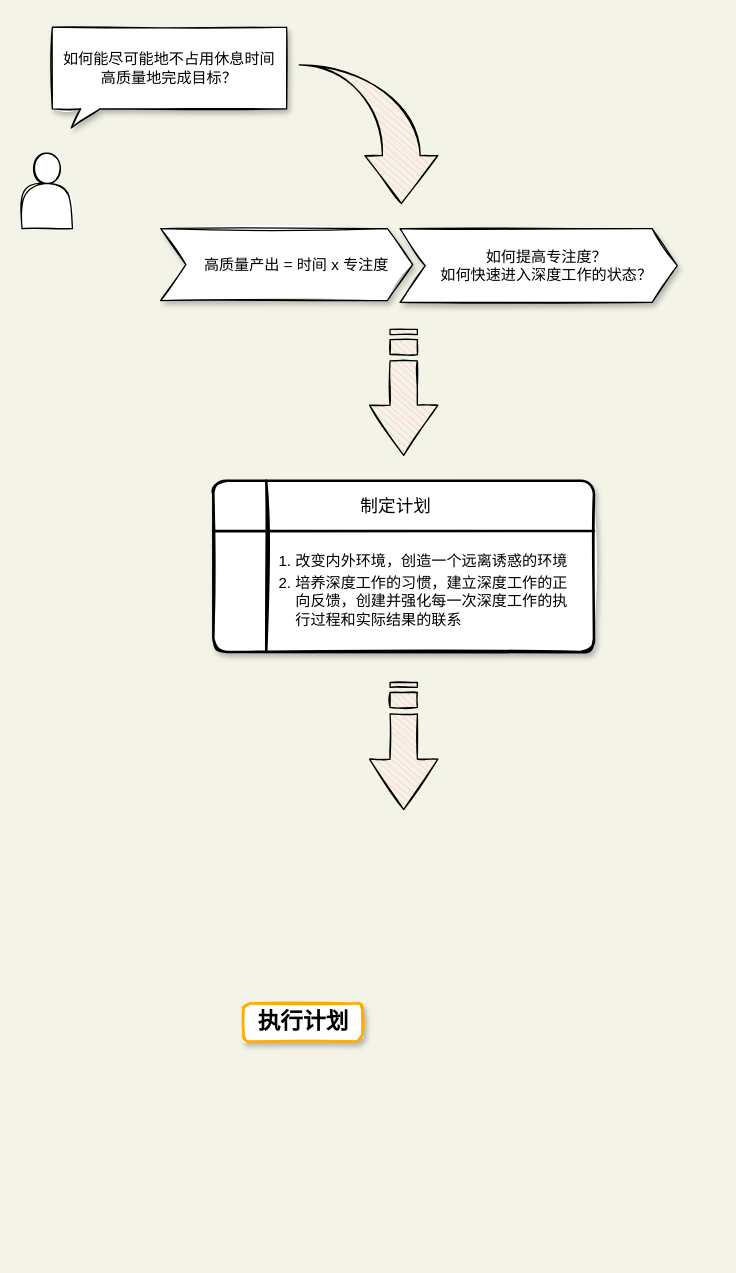
boxtsecond/draw keeps this draw.io diagram as pictures/深度工作/thought.drawio. Above is the earlier version. Source tidied: cells renumbered, new cells numbered last; positions are measured from the earlier drawing's top-left corner, leaving out a move shared by most shapes. Both pictures are drawn from the tidied source at 126%, with x=0, y=0 at pixel (21, 26).
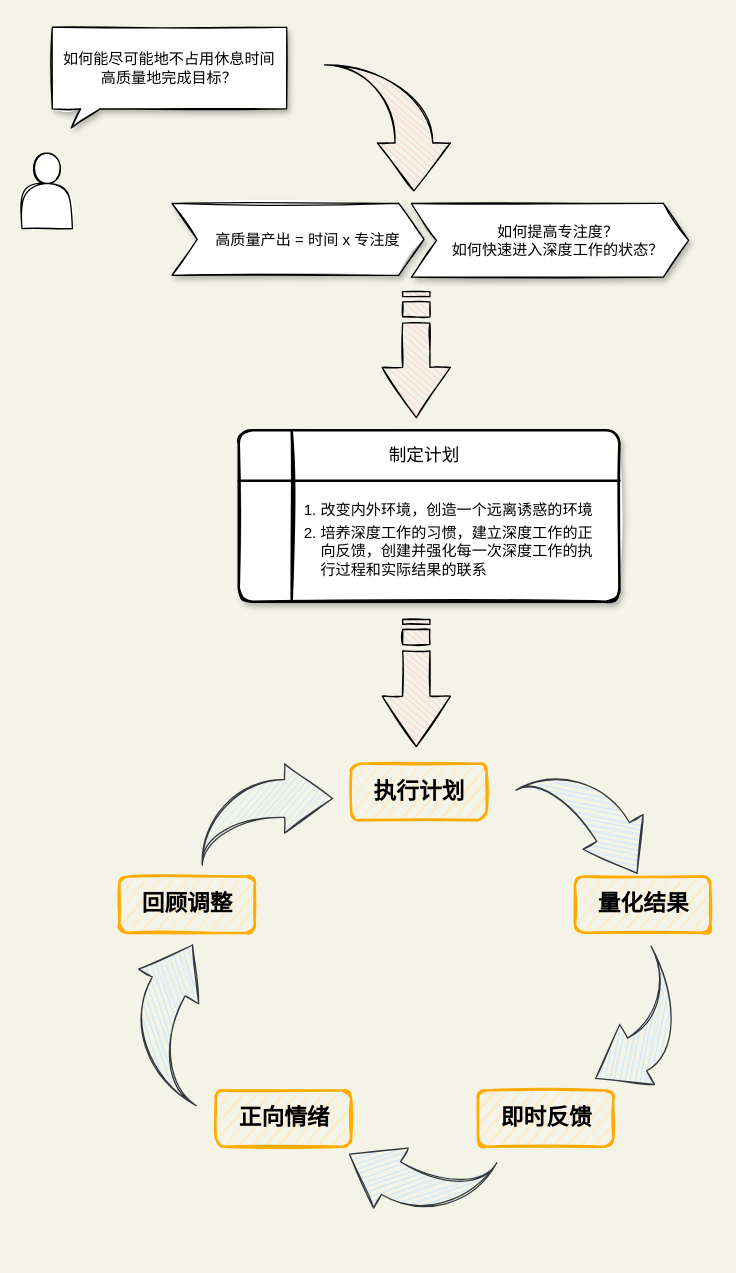
After the change.

Diff of the diagram source:
```diff
@@
     <mxCell id="4" value="高质量产出 = 时间 x 专注度" style="shape=step;perimeter=stepPerimeter;fixedSize=1;sketch=1;rounded=0;shadow=1;spacingLeft=16;" parent="1" vertex="1">
-      <mxGeometry x="110" y="160" width="200" height="57" as="geometry" />
+      <mxGeometry x="119" y="140" width="200" height="57" as="geometry" />
     </mxCell>
     <mxCell id="5" value="如何提高专注度？&#10;如何快速进入深度工作的状态？" style="shape=step;perimeter=stepPerimeter;fixedSize=1;sketch=1;rounded=0;shadow=1;spacingLeft=13;" parent="1" vertex="1">
-      <mxGeometry x="300" y="160" width="220" height="58.5" as="geometry" />
+      <mxGeometry x="309" y="140" width="220" height="58.5" as="geometry" />
     </mxCell>
     <mxCell id="6" style="html=1;shadow=0;dashed=0;align=center;verticalAlign=middle;shape=mxgraph.arrows2.stripedArrow;dy=0.6;dx=40;notch=25;rounded=0;sketch=1;fillColor=#FFCCCC;direction=south;" parent="1" vertex="1">
-      <mxGeometry x="275.8" y="240" width="54.2" height="100" as="geometry" />
+      <mxGeometry x="285.8" y="210" width="54.2" height="100" as="geometry" />
     </mxCell>
     <mxCell id="7" style="html=1;shadow=0;dashed=0;align=center;verticalAlign=middle;shape=mxgraph.arrows2.jumpInArrow;dy=15;dx=38;arrowHead=58;rounded=0;sketch=1;fillColor=#FFCCCC;direction=south;" parent="1" vertex="1">
-      <mxGeometry x="220" y="30" width="110" height="110" as="geometry" />
+      <mxGeometry x="240" y="30" width="100" height="100" as="geometry" />
     </mxCell>
     <mxCell id="8" style="html=1;shadow=0;dashed=0;align=center;verticalAlign=middle;shape=mxgraph.arrows2.stripedArrow;dy=0.6;dx=40;notch=25;rounded=0;sketch=1;fillColor=#FFCCCC;direction=south;" parent="1" vertex="1">
-      <mxGeometry x="275.8" y="520" width="54.2" height="101" as="geometry" />
+      <mxGeometry x="285.8" y="470" width="54.2" height="101" as="geometry" />
     </mxCell>
     <mxCell id="9" style="group;" parent="1" vertex="1">
-      <mxGeometry x="151.8" y="360" width="302.1" height="136" as="geometry" />
+      <mxGeometry x="172" y="320" width="302.1" height="136" as="geometry" />
     </mxCell>
@@
     <mxCell id="11" value="&lt;font style=&quot;font-size: 14px&quot;&gt;制定计划&lt;/font&gt;" style="text;html=1;strokeColor=none;fillColor=none;align=center;verticalAlign=middle;whiteSpace=wrap;rounded=0;shadow=1;glass=0;sketch=1;" parent="9" vertex="1">
-      <mxGeometry x="105" y="10" width="80" height="20" as="geometry" />
+      <mxGeometry x="105" y="10" width="85" height="20" as="geometry" />
     </mxCell>
@@
+    <mxCell id="14" style="group;" parent="1" vertex="1">
+      <mxGeometry x="55" y="569" width="493.6" height="400.5" as="geometry" />
+    </mxCell>
+    <mxCell id="15" style="html=1;shadow=0;dashed=0;align=center;verticalAlign=middle;shape=mxgraph.arrows2.jumpInArrow;dy=15;dx=38;arrowHead=55;rounded=0;glass=0;sketch=1;fontSize=16;fillColor=#cce5ff;strokeColor=#36393d;rotation=-150;" parent="14" vertex="1">
+      <mxGeometry x="204.1" y="300.8" width="104.7" height="80.1" as="geometry" />
+    </mxCell>
+    <mxCell id="16" style="group;" parent="14" vertex="1">
+      <mxGeometry width="493.6" height="319.6" as="geometry" />
+    </mxCell>
+    <mxCell id="17" style="html=1;shadow=0;dashed=0;align=center;verticalAlign=middle;shape=mxgraph.arrows2.jumpInArrow;dy=15;dx=38;arrowHead=55;rounded=0;glass=0;sketch=1;fontSize=16;fillColor=#cce5ff;strokeColor=#36393d;rotation=60;fillStyle=hachure;" parent="16" vertex="1">
+      <mxGeometry x="344.3" y="23.9" width="105.3" height="77.7" as="geometry" />
+    </mxCell>
+    <mxCell id="18" style="group;" parent="16" vertex="1">
+      <mxGeometry y="15.7" width="493.6" height="303.9" as="geometry" />
+    </mxCell>
-    <mxCell id="13" value="&lt;span style=&quot;color: rgb(0 , 0 , 0)&quot;&gt;&lt;font style=&quot;font-size: 18px&quot;&gt;执行计划&lt;/font&gt;&lt;/span&gt;" style="dashed=0;html=1;rounded=1;strokeColor=#FFAB00;fontSize=16;align=center;fontStyle=1;strokeWidth=2;fontColor=#42526E;shadow=1;glass=0;sketch=1;fillColor=#FFFFFF;gradientColor=none;" parent="1" vertex="1">
-      <mxGeometry x="175.8" y="775" width="94.2" height="30" as="geometry" />
+    <mxCell id="13" value="&lt;span style=&quot;color: rgb(0 , 0 , 0)&quot;&gt;&lt;font style=&quot;font-size: 18px&quot;&gt;执行计划&lt;/font&gt;&lt;/span&gt;" style="dashed=0;html=1;rounded=1;strokeColor=#FFAB00;fontSize=16;align=center;fontStyle=1;strokeWidth=2;fontColor=#42526E;shadow=0;glass=0;sketch=1;gradientColor=none;fillStyle=auto;fillColor=#FFEBC2;" parent="18" vertex="1">
+      <mxGeometry x="206.2" width="107.4" height="44.7" as="geometry" />
     </mxCell>
+    <mxCell id="19" style="html=1;shadow=0;dashed=0;align=center;verticalAlign=middle;shape=mxgraph.arrows2.jumpInArrow;dy=15;dx=38;arrowHead=55;rounded=0;glass=0;sketch=1;fontSize=16;fillColor=#cce5ff;strokeColor=#36393d;fillStyle=hachure;" parent="18" vertex="1">
+      <mxGeometry x="88" width="103.4" height="80.5" as="geometry" />
+    </mxCell>
+    <mxCell id="20" value="&lt;span style=&quot;color: rgb(0 , 0 , 0) ; font-size: 18px&quot;&gt;回顾调整&lt;/span&gt;" style="dashed=0;html=1;rounded=1;strokeColor=#FFAB00;fontSize=16;align=center;fontStyle=1;strokeWidth=2;fontColor=#42526E;shadow=0;glass=0;sketch=1;gradientColor=none;fillStyle=hachure;fillColor=#FFEBC2;" parent="18" vertex="1">
+      <mxGeometry x="22.2" y="89.4" width="107.4" height="44.7" as="geometry" />
+    </mxCell>
+    <mxCell id="21" value="&lt;span style=&quot;color: rgb(0 , 0 , 0) ; font-size: 18px&quot;&gt;量化结果&lt;/span&gt;" style="dashed=0;html=1;rounded=1;strokeColor=#FFAB00;fontSize=16;align=center;fontStyle=1;strokeWidth=2;fontColor=#42526E;shadow=0;glass=0;sketch=1;gradientColor=none;fillStyle=hachure;fillColor=#FFEBC2;" parent="18" vertex="1">
+      <mxGeometry x="383.8" y="89.4" width="107.4" height="44.7" as="geometry" />
+    </mxCell>
+    <mxCell id="22" value="&lt;span style=&quot;color: rgb(0 , 0 , 0) ; font-size: 18px&quot;&gt;正向情绪&lt;/span&gt;" style="dashed=0;html=1;rounded=1;strokeColor=#FFAB00;fontSize=16;align=center;fontStyle=1;strokeWidth=2;fontColor=#42526E;shadow=0;glass=0;sketch=1;gradientColor=none;fillStyle=hachure;fillColor=#FFEBC2;" parent="18" vertex="1">
+      <mxGeometry x="98.8" y="259.2" width="107.4" height="44.7" as="geometry" />
+    </mxCell>
+    <mxCell id="23" value="&lt;span style=&quot;color: rgb(0 , 0 , 0) ; font-size: 18px&quot;&gt;即时反馈&lt;/span&gt;" style="dashed=0;html=1;rounded=1;strokeColor=#FFAB00;fontSize=16;align=center;fontStyle=1;strokeWidth=2;fontColor=#42526E;shadow=0;glass=0;sketch=1;gradientColor=none;fillStyle=hachure;fillColor=#FFEBC2;" parent="18" vertex="1">
+      <mxGeometry x="306.9" y="259.2" width="107.4" height="44.7" as="geometry" />
+    </mxCell>
+    <mxCell id="24" style="html=1;shadow=0;dashed=0;align=center;verticalAlign=middle;shape=mxgraph.arrows2.jumpInArrow;dy=15;dx=38;arrowHead=55;rounded=0;glass=0;sketch=1;fontSize=16;fillColor=#cce5ff;strokeColor=#36393d;rotation=-210;fillStyle=hachure;" parent="18" vertex="1">
+      <mxGeometry x="383.8" y="160.9" width="90.6" height="96.4" as="geometry" />
+    </mxCell>
+    <mxCell id="25" style="html=1;shadow=0;dashed=0;align=center;verticalAlign=middle;shape=mxgraph.arrows2.jumpInArrow;dy=15;dx=38;arrowHead=55;rounded=0;glass=0;sketch=1;fontSize=16;fillColor=#cce5ff;strokeColor=#36393d;rotation=-60;fillStyle=hachure;" parent="18" vertex="1">
+      <mxGeometry x="15.4" y="153.8" width="109" height="93.8" as="geometry" />
+    </mxCell>
```
